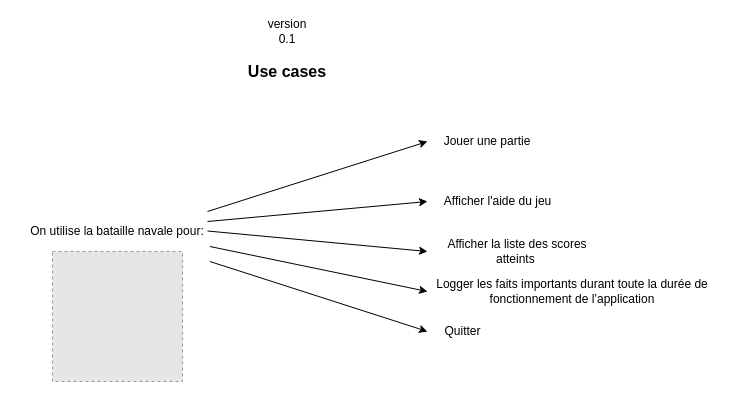
Earlier version of the draw.io diagram Documentation/Use cases Diagram.drawio (tvarlindo/Bataille-Navale-2021). Source tidied: cells renumbered, new cells numbered last; positions are measured from the earlier drawing's top-left corner, leaving out a move shared by most shapes. Both pictures are drawn from the tidied source at 100%, with x=0, y=0 at pixel (17, 21). Pictures stored in the file or linked from it are replaced by grey dashed boxes.
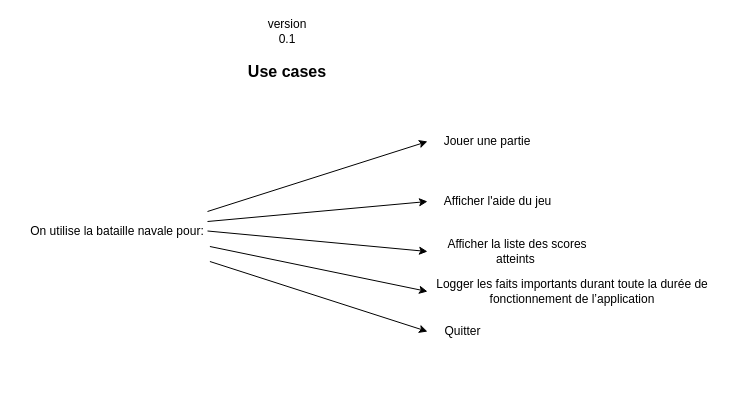
After the change.

What changed in the source:
```diff
@@
-    <mxCell id="5" style="fillColor=#E6E6E6;strokeColor=#999999;dashed=1;verticalLabelPosition=bottom;labelBackgroundColor=#ffffff;verticalAlign=top;" parent="1" vertex="1">
-      <mxGeometry x="35" y="230" width="130" height="130" as="geometry" />
-    </mxCell>
```
